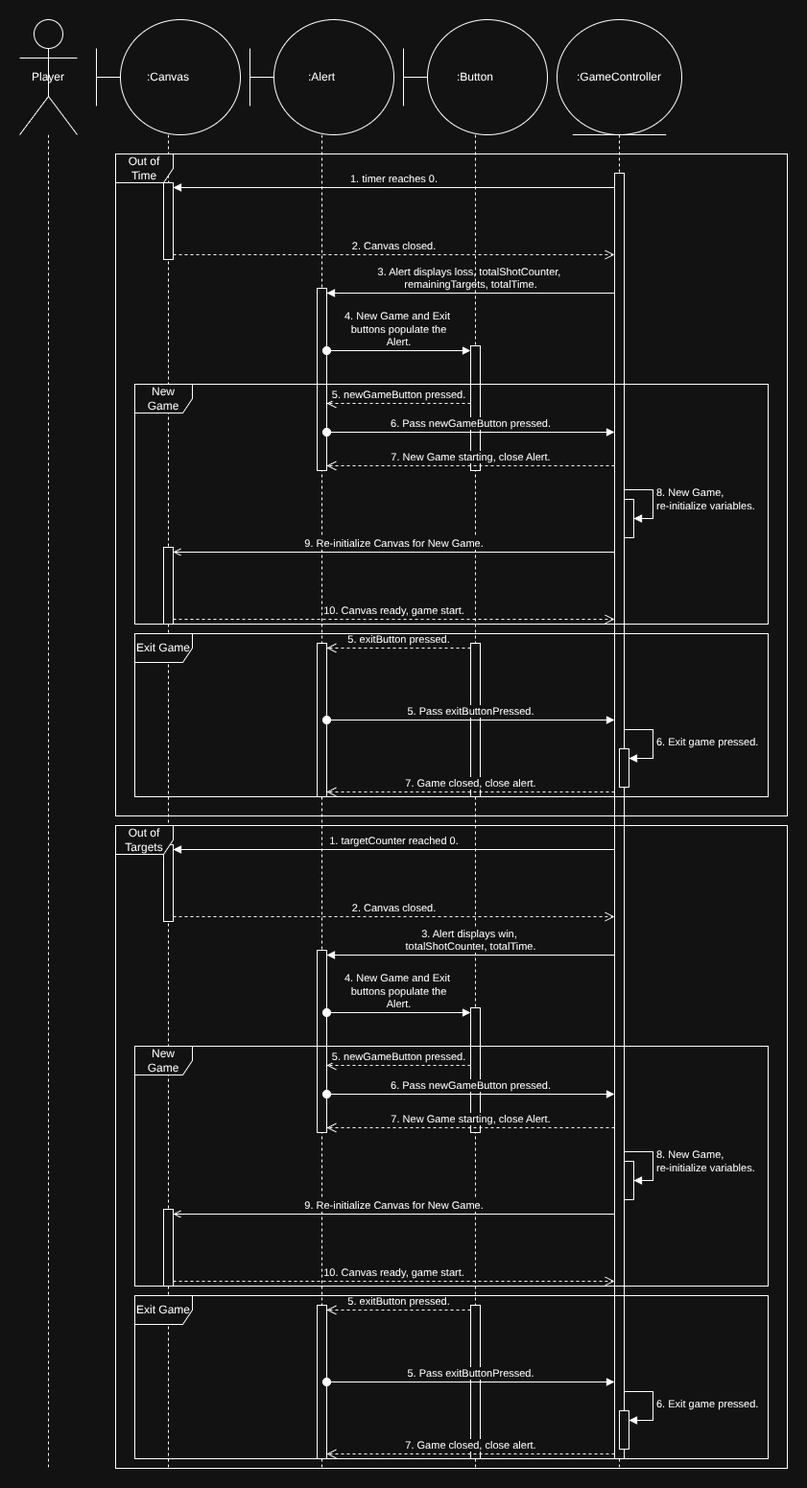
Earlier version of the draw.io export docs/UML/UC_003/UC_003_Seq.png (actellim/cannon_game). Source tidied: cells renumbered, new cells last; positions are measured from the earlier drawing's top-left corner, leaving out a move shared by most shapes.
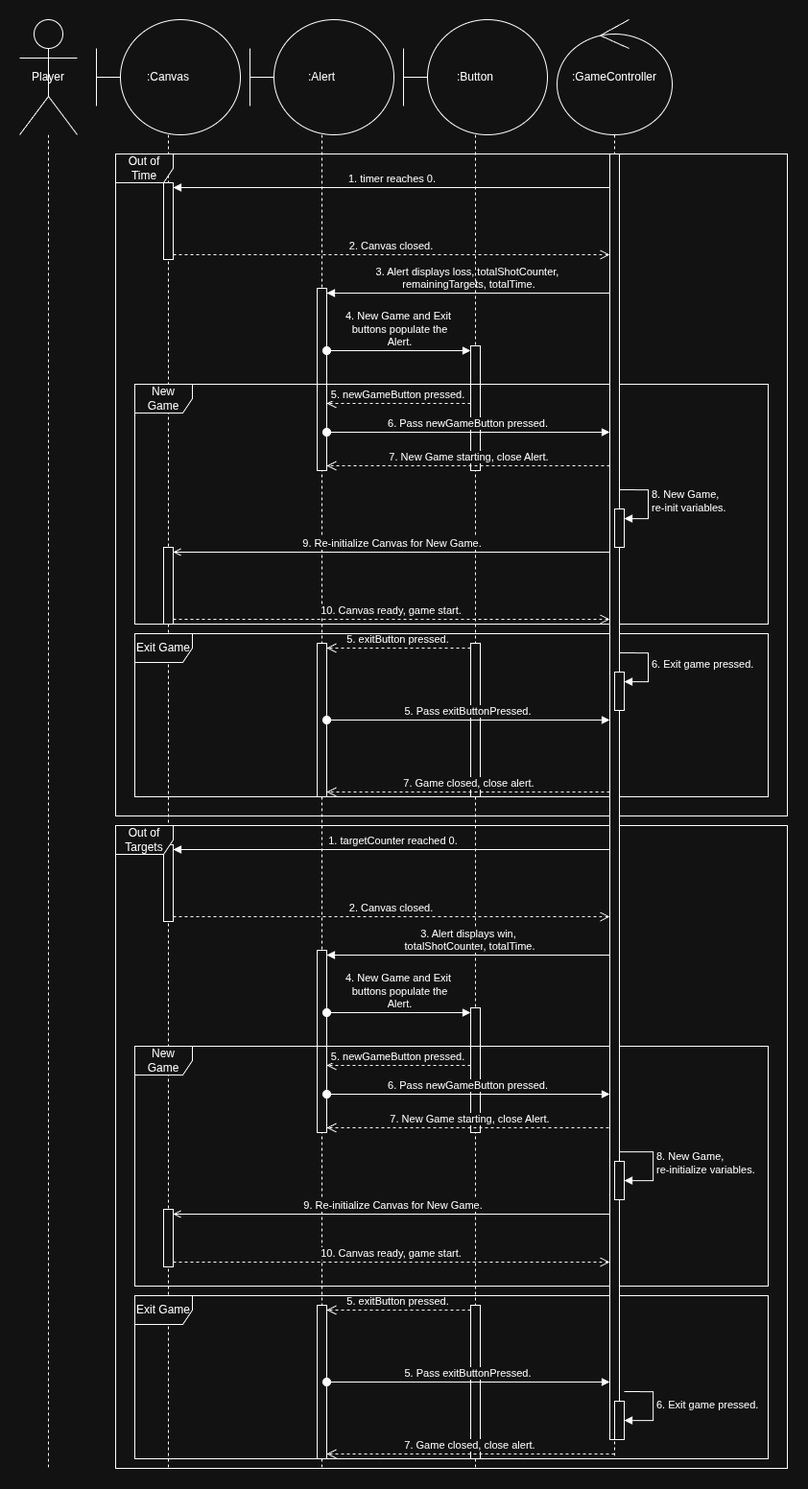
Above is the later version.

What changed in the source:
```diff
@@ -2,36 +2,6 @@
   <root>
     <mxCell id="0" />
     <mxCell id="1" parent="0" />
-    <mxCell id="2" value=":GameController" style="shape=umlLifeline;perimeter=lifelinePerimeter;whiteSpace=wrap;html=1;newEdgeStyle={&quot;curved&quot;:0,&quot;rounded&quot;:0};participant=umlEntity;size=120;" parent="1" vertex="1">
-      <mxGeometry x="560" width="130" height="1510" as="geometry" />
-    </mxCell>
-    <mxCell id="3" style="html=1;points=[[0,0,0,0,5],[0,1,0,0,-5],[1,0,0,0,5],[1,1,0,0,-5]];perimeter=orthogonalPerimeter;outlineConnect=0;targetShapes=umlLifeline;portConstraint=eastwest;newEdgeStyle={&quot;curved&quot;:0,&quot;rounded&quot;:0};" parent="2" vertex="1">
-      <mxGeometry x="60" y="160" width="10" height="1340" as="geometry" />
-    </mxCell>
-    <mxCell id="4" style="html=1;points=[[0,0,0,0,5],[0,1,0,0,-5],[1,0,0,0,5],[1,1,0,0,-5]];perimeter=orthogonalPerimeter;outlineConnect=0;targetShapes=umlLifeline;portConstraint=eastwest;newEdgeStyle={&quot;curved&quot;:0,&quot;rounded&quot;:0};" parent="2" vertex="1">
-      <mxGeometry x="70" y="500" width="10" height="40" as="geometry" />
-    </mxCell>
-    <mxCell id="5" value="8. New Game,&lt;div&gt;re-initialize variables.&lt;/div&gt;" style="html=1;align=left;spacingLeft=2;endArrow=block;rounded=0;edgeStyle=orthogonalEdgeStyle;curved=0;rounded=0;" parent="2" edge="1" target="4">
-      <mxGeometry relative="1" as="geometry">
-        <mxPoint x="70" y="490" as="sourcePoint" />
-        <Array as="points">
-          <mxPoint x="70" y="490" />
-          <mxPoint x="100" y="490" />
-          <mxPoint x="100" y="520" />
-        </Array>
-      </mxGeometry>
-    </mxCell>
-    <mxCell id="6" style="html=1;points=[[0,0,0,0,5],[0,1,0,0,-5],[1,0,0,0,5],[1,1,0,0,-5]];perimeter=orthogonalPerimeter;outlineConnect=0;targetShapes=umlLifeline;portConstraint=eastwest;newEdgeStyle={&quot;curved&quot;:0,&quot;rounded&quot;:0};" parent="2" vertex="1">
-      <mxGeometry x="65" y="760" width="10" height="40" as="geometry" />
-    </mxCell>
-    <mxCell id="7" value="6. Exit game pressed." style="html=1;align=left;spacingLeft=2;endArrow=block;rounded=0;edgeStyle=orthogonalEdgeStyle;curved=0;rounded=0;" parent="2" edge="1" target="6">
-      <mxGeometry relative="1" as="geometry">
-        <mxPoint x="70" y="740" as="sourcePoint" />
-        <Array as="points">
-          <mxPoint x="100" y="770" />
-        </Array>
-      </mxGeometry>
-    </mxCell>
     <mxCell id="8" value=":Canvas" style="shape=umlLifeline;perimeter=lifelinePerimeter;whiteSpace=wrap;html=1;newEdgeStyle={&quot;curved&quot;:0,&quot;rounded&quot;:0};participant=umlBoundary;size=120;align=center;" parent="1" vertex="1">
       <mxGeometry x="80" width="150" height="1510" as="geometry" />
     </mxCell>
@@ -80,10 +50,9 @@
         <mxPoint x="320" y="400" as="targetPoint" />
       </mxGeometry>
     </mxCell>
-    <mxCell id="23" value="6. Pass newGameButton pressed." style="html=1;verticalAlign=bottom;startArrow=oval;startFill=1;endArrow=block;startSize=8;curved=0;rounded=0;" parent="1" edge="1">
+    <mxCell id="23" value="6. Pass newGameButton pressed." style="html=1;verticalAlign=bottom;startArrow=oval;startFill=1;endArrow=block;startSize=8;curved=0;rounded=0;" parent="1" edge="1" target="3">
       <mxGeometry relative="1" as="geometry">
         <mxPoint x="320" y="430" as="sourcePoint" />
-        <mxPoint x="620" y="430" as="targetPoint" />
       </mxGeometry>
     </mxCell>
     <mxCell id="24" value="9. Re-initialize Canvas for New Game." style="html=1;verticalAlign=bottom;endArrow=open;curved=0;rounded=0;entryX=1;entryY=0;entryDx=0;entryDy=5;entryPerimeter=0;" parent="1" edge="1" source="3" target="10">
@@ -110,22 +79,6 @@
     <mxCell id="31" value="Exit Game" style="shape=umlFrame;whiteSpace=wrap;html=1;" parent="1" vertex="1">
       <mxGeometry x="120" y="640" width="660" height="170" as="geometry" />
     </mxCell>
-    <mxCell id="32" style="html=1;points=[[0,0,0,0,5],[0,1,0,0,-5],[1,0,0,0,5],[1,1,0,0,-5]];perimeter=orthogonalPerimeter;outlineConnect=0;targetShapes=umlLifeline;portConstraint=eastwest;newEdgeStyle={&quot;curved&quot;:0,&quot;rounded&quot;:0};" parent="1" vertex="1">
-      <mxGeometry x="630" y="1190" width="10" height="40" as="geometry" />
-    </mxCell>
-    <mxCell id="33" value="8. New Game,&lt;div&gt;re-initialize variables.&lt;/div&gt;" style="html=1;align=left;spacingLeft=2;endArrow=block;rounded=0;edgeStyle=orthogonalEdgeStyle;curved=0;rounded=0;" parent="1" edge="1" target="32">
-      <mxGeometry relative="1" as="geometry">
-        <mxPoint x="630" y="1180" as="sourcePoint" />
-        <Array as="points">
-          <mxPoint x="630" y="1180" />
-          <mxPoint x="660" y="1180" />
-          <mxPoint x="660" y="1210" />
-        </Array>
-      </mxGeometry>
-    </mxCell>
-    <mxCell id="34" style="html=1;points=[[0,0,0,0,5],[0,1,0,0,-5],[1,0,0,0,5],[1,1,0,0,-5]];perimeter=orthogonalPerimeter;outlineConnect=0;targetShapes=umlLifeline;portConstraint=eastwest;newEdgeStyle={&quot;curved&quot;:0,&quot;rounded&quot;:0};" parent="1" vertex="1">
-      <mxGeometry x="625" y="1450" width="10" height="40" as="geometry" />
-    </mxCell>
     <mxCell id="35" value="6. Exit game pressed." style="html=1;align=left;spacingLeft=2;endArrow=block;rounded=0;edgeStyle=orthogonalEdgeStyle;curved=0;rounded=0;" parent="1" edge="1" target="34">
       <mxGeometry relative="1" as="geometry">
         <mxPoint x="630" y="1430" as="sourcePoint" />
@@ -138,17 +91,15 @@
       <mxGeometry x="150" y="860" width="10" height="80" as="geometry" />
     </mxCell>
     <mxCell id="37" style="html=1;points=[[0,0,0,0,5],[0,1,0,0,-5],[1,0,0,0,5],[1,1,0,0,-5]];perimeter=orthogonalPerimeter;outlineConnect=0;targetShapes=umlLifeline;portConstraint=eastwest;newEdgeStyle={&quot;curved&quot;:0,&quot;rounded&quot;:0};" parent="1" vertex="1">
-      <mxGeometry x="150" y="1240" width="10" height="80" as="geometry" />
+      <mxGeometry x="150" y="1240" width="10" height="60" as="geometry" />
     </mxCell>
     <mxCell id="38" value="1. targetCounter reached 0." style="html=1;verticalAlign=bottom;endArrow=block;curved=0;rounded=0;entryX=1;entryY=0;entryDx=0;entryDy=5;" parent="1" edge="1" target="36">
       <mxGeometry relative="1" as="geometry">
         <mxPoint x="620" y="865" as="sourcePoint" />
       </mxGeometry>
     </mxCell>
-    <mxCell id="39" value="2. Canvas closed." style="html=1;verticalAlign=bottom;endArrow=open;dashed=1;endSize=8;curved=0;rounded=0;exitX=1;exitY=1;exitDx=0;exitDy=-5;" parent="1" edge="1" source="36">
-      <mxGeometry relative="1" as="geometry">
-        <mxPoint x="620" y="935" as="targetPoint" />
-      </mxGeometry>
+    <mxCell id="39" value="2. Canvas closed." style="html=1;verticalAlign=bottom;endArrow=open;dashed=1;endSize=8;curved=0;rounded=0;exitX=1;exitY=1;exitDx=0;exitDy=-5;" parent="1" edge="1" source="36" target="3">
+      <mxGeometry relative="1" as="geometry" />
     </mxCell>
     <mxCell id="40" style="html=1;points=[[0,0,0,0,5],[0,1,0,0,-5],[1,0,0,0,5],[1,1,0,0,-5]];perimeter=orthogonalPerimeter;outlineConnect=0;targetShapes=umlLifeline;portConstraint=eastwest;newEdgeStyle={&quot;curved&quot;:0,&quot;rounded&quot;:0};" parent="1" vertex="1">
       <mxGeometry x="310" y="970" width="10" height="190" as="geometry" />
@@ -176,10 +127,9 @@
         <mxPoint x="320" y="1090" as="targetPoint" />
       </mxGeometry>
     </mxCell>
-    <mxCell id="47" value="6. Pass newGameButton pressed." style="html=1;verticalAlign=bottom;startArrow=oval;startFill=1;endArrow=block;startSize=8;curved=0;rounded=0;" parent="1" edge="1">
+    <mxCell id="47" value="6. Pass newGameButton pressed." style="html=1;verticalAlign=bottom;startArrow=oval;startFill=1;endArrow=block;startSize=8;curved=0;rounded=0;" parent="1" edge="1" target="3">
       <mxGeometry relative="1" as="geometry">
         <mxPoint x="320" y="1120" as="sourcePoint" />
-        <mxPoint x="620" y="1120" as="targetPoint" />
       </mxGeometry>
     </mxCell>
     <mxCell id="48" value="9. Re-initialize Canvas for New Game." style="html=1;verticalAlign=bottom;endArrow=open;curved=0;rounded=0;entryX=1;entryY=0;entryDx=0;entryDy=5;entryPerimeter=0;" parent="1" edge="1" target="37">
@@ -192,10 +142,8 @@
         <mxPoint x="620" y="1155" as="sourcePoint" />
       </mxGeometry>
     </mxCell>
-    <mxCell id="50" value="10. Canvas ready, game start." style="html=1;verticalAlign=bottom;endArrow=open;dashed=1;endSize=8;curved=0;rounded=0;exitX=1;exitY=1;exitDx=0;exitDy=-5;exitPerimeter=0;" parent="1" edge="1" source="37">
-      <mxGeometry relative="1" as="geometry">
-        <mxPoint x="620" y="1315" as="targetPoint" />
-      </mxGeometry>
+    <mxCell id="50" value="10. Canvas ready, game start." style="html=1;verticalAlign=bottom;endArrow=open;dashed=1;endSize=8;curved=0;rounded=0;exitX=1;exitY=1;exitDx=0;exitDy=-5;exitPerimeter=0;" parent="1" edge="1" source="37" target="3">
+      <mxGeometry relative="1" as="geometry" />
     </mxCell>
     <mxCell id="51" value="New Game" style="shape=umlFrame;whiteSpace=wrap;html=1;" parent="1" vertex="1">
       <mxGeometry x="120" y="1070" width="660" height="250" as="geometry" />
@@ -203,10 +151,8 @@
     <mxCell id="52" value="5. exitButton pressed." style="html=1;verticalAlign=bottom;endArrow=open;dashed=1;endSize=8;curved=0;rounded=0;exitX=0;exitY=0;exitDx=0;exitDy=5;exitPerimeter=0;entryX=1;entryY=0;entryDx=0;entryDy=5;entryPerimeter=0;" parent="1" edge="1" source="44" target="41">
       <mxGeometry relative="1" as="geometry" />
     </mxCell>
-    <mxCell id="53" value="5. Pass exitButtonPressed." style="html=1;verticalAlign=bottom;startArrow=oval;startFill=1;endArrow=block;startSize=8;curved=0;rounded=0;" parent="1" edge="1" source="41">
-      <mxGeometry relative="1" as="geometry">
-        <mxPoint x="620" y="1420" as="targetPoint" />
-      </mxGeometry>
+    <mxCell id="53" value="5. Pass exitButtonPressed." style="html=1;verticalAlign=bottom;startArrow=oval;startFill=1;endArrow=block;startSize=8;curved=0;rounded=0;" parent="1" edge="1" source="41" target="3">
+      <mxGeometry relative="1" as="geometry" />
     </mxCell>
     <mxCell id="54" value="7. Game closed, close alert." style="html=1;verticalAlign=bottom;endArrow=open;dashed=1;endSize=8;curved=0;rounded=0;entryX=1;entryY=1;entryDx=0;entryDy=-5;entryPerimeter=0;" parent="1" edge="1" target="41">
       <mxGeometry relative="1" as="geometry">
@@ -222,5 +168,47 @@
     <mxCell id="57" value="Out of Targets" style="shape=umlFrame;whiteSpace=wrap;html=1;" parent="1" vertex="1">
       <mxGeometry x="100" y="840" width="700" height="670" as="geometry" />
     </mxCell>
+    <mxCell id="2" value=":GameController" style="shape=umlLifeline;perimeter=lifelinePerimeter;whiteSpace=wrap;html=1;newEdgeStyle={&quot;curved&quot;:0,&quot;rounded&quot;:0};participant=umlControl;size=120;" parent="1" vertex="1">
+      <mxGeometry x="560" width="120" height="1500" as="geometry" />
+    </mxCell>
+    <mxCell id="3" style="html=1;points=[[0,0,0,0,5],[0,1,0,0,-5],[1,0,0,0,5],[1,1,0,0,-5]];perimeter=orthogonalPerimeter;outlineConnect=0;targetShapes=umlLifeline;portConstraint=eastwest;newEdgeStyle={&quot;curved&quot;:0,&quot;rounded&quot;:0};" parent="2" vertex="1">
+      <mxGeometry x="55" y="140" width="10" height="1340" as="geometry" />
+    </mxCell>
+    <mxCell id="58" style="html=1;points=[[0,0,0,0,5],[0,1,0,0,-5],[1,0,0,0,5],[1,1,0,0,-5]];perimeter=orthogonalPerimeter;outlineConnect=0;targetShapes=umlLifeline;portConstraint=eastwest;newEdgeStyle={&quot;curved&quot;:0,&quot;rounded&quot;:0};" parent="2" vertex="1">
+      <mxGeometry x="60" y="510" width="10" height="40" as="geometry" />
+    </mxCell>
+    <mxCell id="59" value="8. New Game,&amp;nbsp;&lt;div&gt;re-init variables.&lt;/div&gt;" style="html=1;align=left;spacingLeft=2;endArrow=block;rounded=0;edgeStyle=orthogonalEdgeStyle;curved=0;rounded=0;" parent="2" edge="1" target="58">
+      <mxGeometry relative="1" as="geometry">
+        <mxPoint x="65" y="490" as="sourcePoint" />
+        <Array as="points">
+          <mxPoint x="95" y="520" />
+        </Array>
+      </mxGeometry>
+    </mxCell>
+    <mxCell id="60" style="html=1;points=[[0,0,0,0,5],[0,1,0,0,-5],[1,0,0,0,5],[1,1,0,0,-5]];perimeter=orthogonalPerimeter;outlineConnect=0;targetShapes=umlLifeline;portConstraint=eastwest;newEdgeStyle={&quot;curved&quot;:0,&quot;rounded&quot;:0};" parent="2" vertex="1">
+      <mxGeometry x="60" y="680" width="10" height="40" as="geometry" />
+    </mxCell>
+    <mxCell id="7" value="6. Exit game pressed." style="html=1;align=left;spacingLeft=2;endArrow=block;rounded=0;edgeStyle=orthogonalEdgeStyle;curved=0;rounded=0;" parent="2" edge="1" target="60">
+      <mxGeometry relative="1" as="geometry">
+        <mxPoint x="65" y="660" as="sourcePoint" />
+        <Array as="points">
+          <mxPoint x="95" y="690" />
+        </Array>
+      </mxGeometry>
+    </mxCell>
+    <mxCell id="32" style="html=1;points=[[0,0,0,0,5],[0,1,0,0,-5],[1,0,0,0,5],[1,1,0,0,-5]];perimeter=orthogonalPerimeter;outlineConnect=0;targetShapes=umlLifeline;portConstraint=eastwest;newEdgeStyle={&quot;curved&quot;:0,&quot;rounded&quot;:0};" parent="2" vertex="1">
+      <mxGeometry x="60" y="1190" width="10" height="40" as="geometry" />
+    </mxCell>
+    <mxCell id="33" value="8. New Game,&lt;div&gt;re-initialize variables.&lt;/div&gt;" style="html=1;align=left;spacingLeft=2;endArrow=block;rounded=0;edgeStyle=orthogonalEdgeStyle;curved=0;rounded=0;" parent="2" edge="1" source="3" target="32">
+      <mxGeometry relative="1" as="geometry">
+        <Array as="points">
+          <mxPoint x="100" y="1180" />
+          <mxPoint x="100" y="1210" />
+        </Array>
+      </mxGeometry>
+    </mxCell>
+    <mxCell id="34" style="html=1;points=[[0,0,0,0,5],[0,1,0,0,-5],[1,0,0,0,5],[1,1,0,0,-5]];perimeter=orthogonalPerimeter;outlineConnect=0;targetShapes=umlLifeline;portConstraint=eastwest;newEdgeStyle={&quot;curved&quot;:0,&quot;rounded&quot;:0};" parent="2" vertex="1">
+      <mxGeometry x="60" y="1440" width="10" height="40" as="geometry" />
+    </mxCell>
   </root>
 </mxGraphModel>
```
